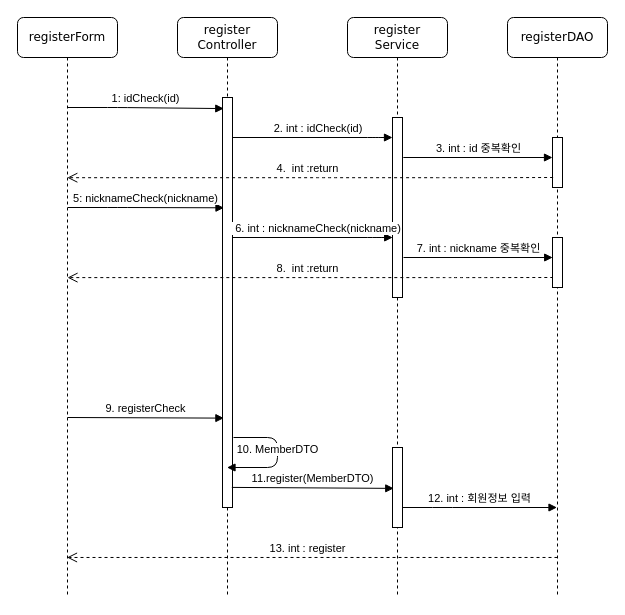
Above: page "Page-1" (1 of 3) of Untitled Diagram.drawio in sika5382/team_pro (draw.io), before the change. Source tidied: cells renumbered, new cells numbered last; positions are measured from the earlier drawing's top-left corner, leaving out a move shared by most shapes. Both pictures are drawn from the tidied source at 100%, with x=0, y=0 at pixel (17, 17).
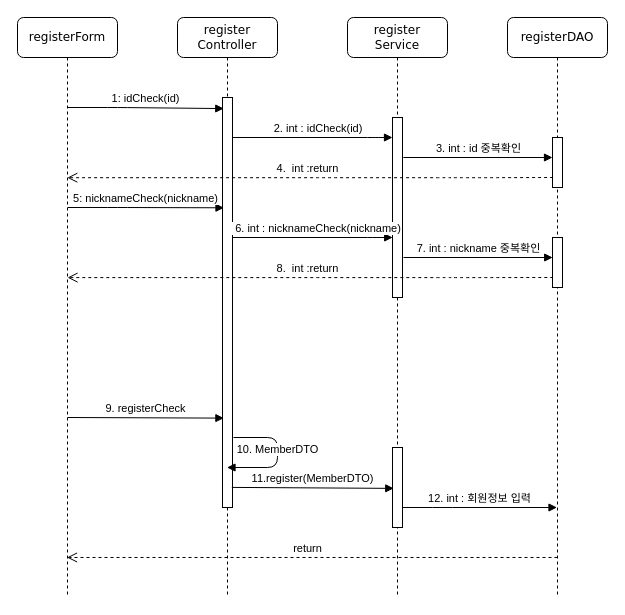
After the change.

Unchanged cells that the change refers to:
```xml
<mxCell id="8" value="registerDAO" style="shape=umlLifeline;perimeter=lifelinePerimeter;whiteSpace=wrap;html=1;outlineConnect=0;rounded=1;shadow=0;comic=0;labelBackgroundColor=none;strokeWidth=1;fontFamily=Verdana;fontSize=12;align=center;" parent="1" vertex="1">
  <mxGeometry x="490" width="100" height="580" as="geometry" />
</mxCell>
<mxCell id="10" value="registerForm" style="shape=umlLifeline;perimeter=lifelinePerimeter;whiteSpace=wrap;html=1;outlineConnect=0;rounded=1;shadow=0;comic=0;labelBackgroundColor=none;strokeWidth=1;fontFamily=Verdana;fontSize=12;align=center;" parent="1" vertex="1">
  <mxGeometry width="100" height="580" as="geometry" />
</mxCell>
```

Change to the diagram source:
```diff
@@
-    <mxCell id="24" value="13. int : register" style="html=1;verticalAlign=bottom;endArrow=open;dashed=1;endSize=8;exitX=0.5;exitY=0.931;exitDx=0;exitDy=0;exitPerimeter=0;" parent="1" edge="1" source="8" target="10">
+    <mxCell id="24" value="return" style="html=1;verticalAlign=bottom;endArrow=open;dashed=1;endSize=8;exitX=0.5;exitY=0.931;exitDx=0;exitDy=0;exitPerimeter=0;" parent="1" edge="1" source="8" target="10">
       <mxGeometry x="0.02" relative="1" as="geometry" />
     </mxCell>
```
